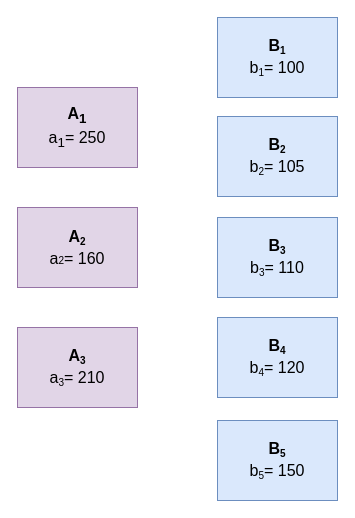
khalidsabih/mathematical_programming keeps this draw.io diagram as Untitled Diagram.drawio. Above is the earlier version. Source tidied: cells renumbered, new cells numbered last; positions are measured from the earlier drawing's top-left corner, leaving out a move shared by most shapes. Both pictures are drawn from the tidied source at 100%, with x=0, y=0 at pixel (17, 17).
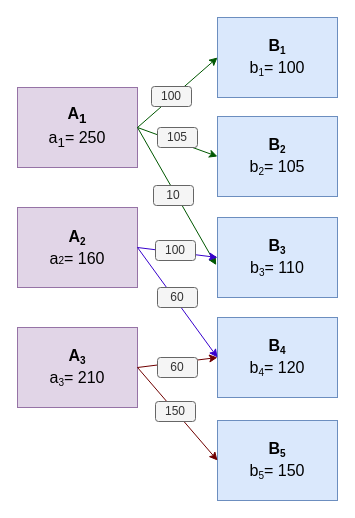
The same diagram, later.

The change refers to these unchanged cells:
```xml
<mxCell id="2" value="&lt;span style=&quot;font-size: 16px&quot;&gt;&lt;b&gt;A&lt;/b&gt;&lt;sub&gt;&lt;b&gt;1&lt;/b&gt;&lt;br&gt;&lt;/sub&gt;a&lt;sub&gt;1&lt;/sub&gt;= 250&lt;br&gt;&lt;/span&gt;" style="rounded=0;whiteSpace=wrap;html=1;fillColor=#e1d5e7;strokeColor=#9673a6;" parent="1" vertex="1">
  <mxGeometry y="70" width="120" height="80" as="geometry" />
</mxCell>
<mxCell id="3" value="&lt;b style=&quot;font-size: 16px&quot;&gt;A&lt;/b&gt;&lt;sub&gt;&lt;b&gt;2&lt;/b&gt;&lt;br&gt;&lt;/sub&gt;&lt;span style=&quot;font-size: 16px&quot;&gt;a&lt;/span&gt;&lt;span style=&quot;font-size: 10px&quot;&gt;2&lt;/span&gt;&lt;span style=&quot;font-size: 16px&quot;&gt;= 160&lt;/span&gt;" style="rounded=0;whiteSpace=wrap;html=1;fillColor=#e1d5e7;strokeColor=#9673a6;" parent="1" vertex="1">
  <mxGeometry y="190" width="120" height="80" as="geometry" />
</mxCell>
<mxCell id="4" value="&lt;b style=&quot;font-size: 16px&quot;&gt;A&lt;/b&gt;&lt;sub&gt;&lt;b&gt;3&lt;/b&gt;&lt;br&gt;&lt;/sub&gt;&lt;span style=&quot;font-size: 16px&quot;&gt;a&lt;/span&gt;&lt;sub&gt;3&lt;/sub&gt;&lt;span style=&quot;font-size: 16px&quot;&gt;= 210&lt;/span&gt;" style="rounded=0;whiteSpace=wrap;html=1;fillColor=#e1d5e7;strokeColor=#9673a6;" parent="1" vertex="1">
  <mxGeometry y="310" width="120" height="80" as="geometry" />
</mxCell>
<mxCell id="5" value="&lt;b style=&quot;font-size: 16px&quot;&gt;B&lt;/b&gt;&lt;sub&gt;&lt;b&gt;1&lt;/b&gt;&lt;br&gt;&lt;/sub&gt;&lt;span style=&quot;font-size: 16px&quot;&gt;b&lt;/span&gt;&lt;sub&gt;1&lt;/sub&gt;&lt;span style=&quot;font-size: 16px&quot;&gt;= 100&lt;/span&gt;" style="rounded=0;whiteSpace=wrap;html=1;fillColor=#dae8fc;strokeColor=#6c8ebf;" parent="1" vertex="1">
  <mxGeometry x="200" width="120" height="80" as="geometry" />
</mxCell>
<mxCell id="6" value="&lt;b style=&quot;font-size: 16px&quot;&gt;B&lt;/b&gt;&lt;sub&gt;&lt;b&gt;2&lt;/b&gt;&lt;br&gt;&lt;/sub&gt;&lt;span style=&quot;font-size: 16px&quot;&gt;b&lt;/span&gt;&lt;sub&gt;2&lt;/sub&gt;&lt;span style=&quot;font-size: 16px&quot;&gt;= 105&lt;/span&gt;" style="rounded=0;whiteSpace=wrap;html=1;fillColor=#dae8fc;strokeColor=#6c8ebf;" parent="1" vertex="1">
  <mxGeometry x="200" y="99" width="120" height="80" as="geometry" />
</mxCell>
<mxCell id="7" value="&lt;b style=&quot;font-size: 16px&quot;&gt;B&lt;/b&gt;&lt;sub&gt;&lt;b&gt;3&lt;/b&gt;&lt;br&gt;&lt;/sub&gt;&lt;span style=&quot;font-size: 16px&quot;&gt;b&lt;/span&gt;&lt;sub&gt;3&lt;/sub&gt;&lt;span style=&quot;font-size: 16px&quot;&gt;= 110&lt;/span&gt;" style="rounded=0;whiteSpace=wrap;html=1;fillColor=#dae8fc;strokeColor=#6c8ebf;" parent="1" vertex="1">
  <mxGeometry x="200" y="200" width="120" height="80" as="geometry" />
</mxCell>
<mxCell id="8" value="&lt;b style=&quot;font-size: 16px&quot;&gt;B&lt;/b&gt;&lt;sub&gt;&lt;b&gt;4&lt;/b&gt;&lt;br&gt;&lt;/sub&gt;&lt;span style=&quot;font-size: 16px&quot;&gt;b&lt;/span&gt;&lt;sub&gt;4&lt;/sub&gt;&lt;span style=&quot;font-size: 16px&quot;&gt;= 120&lt;/span&gt;" style="rounded=0;whiteSpace=wrap;html=1;fillColor=#dae8fc;strokeColor=#6c8ebf;" parent="1" vertex="1">
  <mxGeometry x="200" y="300" width="120" height="80" as="geometry" />
</mxCell>
<mxCell id="9" value="&lt;b style=&quot;font-size: 16px&quot;&gt;B&lt;/b&gt;&lt;sub&gt;&lt;b&gt;5&lt;/b&gt;&lt;br&gt;&lt;/sub&gt;&lt;span style=&quot;font-size: 16px&quot;&gt;b&lt;/span&gt;&lt;sub&gt;5&lt;/sub&gt;&lt;span style=&quot;font-size: 16px&quot;&gt;= 150&lt;/span&gt;" style="rounded=0;whiteSpace=wrap;html=1;fillColor=#dae8fc;strokeColor=#6c8ebf;" parent="1" vertex="1">
  <mxGeometry x="200" y="403" width="120" height="80" as="geometry" />
</mxCell>
```

Change to the diagram source:
```diff
@@
+    <mxCell id="10" style="endArrow=classic;html=1;entryX=0;entryY=0.5;entryDx=0;entryDy=0;fillColor=#008a00;strokeColor=#005700;" parent="1" edge="1" target="5">
+      <mxGeometry relative="1" as="geometry">
+        <mxPoint x="120" y="110" as="sourcePoint" />
+      </mxGeometry>
+    </mxCell>
+    <mxCell id="11" style="endArrow=classic;html=1;exitX=1;exitY=0.5;exitDx=0;exitDy=0;entryX=0;entryY=0.5;entryDx=0;entryDy=0;fillColor=#008a00;strokeColor=#005700;" parent="1" edge="1" source="2" target="6">
+      <mxGeometry relative="1" as="geometry" />
+    </mxCell>
+    <mxCell id="12" style="endArrow=classic;html=1;exitX=1;exitY=0.5;exitDx=0;exitDy=0;entryX=-0.011;entryY=0.595;entryDx=0;entryDy=0;entryPerimeter=0;fillColor=#008a00;strokeColor=#005700;" parent="1" edge="1" source="2" target="7">
+      <mxGeometry relative="1" as="geometry" />
+    </mxCell>
+    <mxCell id="13" value="105" style="rounded=1;whiteSpace=wrap;html=1;fillColor=#f5f5f5;strokeColor=#666666;fontColor=#333333;" parent="1" vertex="1">
+      <mxGeometry x="140" y="110" width="40" height="20" as="geometry" />
+    </mxCell>
+    <mxCell id="14" value="100" style="rounded=1;whiteSpace=wrap;html=1;fillColor=#f5f5f5;strokeColor=#666666;fontColor=#333333;" parent="1" vertex="1">
+      <mxGeometry x="134" y="69" width="40" height="20" as="geometry" />
+    </mxCell>
+    <mxCell id="15" value="10" style="rounded=1;whiteSpace=wrap;html=1;fillColor=#f5f5f5;strokeColor=#666666;fontColor=#333333;" parent="1" vertex="1">
+      <mxGeometry x="136" y="168" width="40" height="20" as="geometry" />
+    </mxCell>
+    <mxCell id="16" style="endArrow=classic;html=1;exitX=1;exitY=0.5;exitDx=0;exitDy=0;entryX=0;entryY=0.5;entryDx=0;entryDy=0;fillColor=#6a00ff;strokeColor=#3700CC;" parent="1" edge="1" source="3" target="7">
+      <mxGeometry relative="1" as="geometry" />
+    </mxCell>
+    <mxCell id="17" style="endArrow=classic;html=1;exitX=1;exitY=0.5;exitDx=0;exitDy=0;entryX=0;entryY=0.5;entryDx=0;entryDy=0;fillColor=#6a00ff;strokeColor=#3700CC;" parent="1" edge="1" source="3" target="8">
+      <mxGeometry relative="1" as="geometry" />
+    </mxCell>
+    <mxCell id="18" value="100" style="rounded=1;whiteSpace=wrap;html=1;fillColor=#f5f5f5;strokeColor=#666666;fontColor=#333333;" parent="1" vertex="1">
+      <mxGeometry x="138" y="223" width="40" height="20" as="geometry" />
+    </mxCell>
+    <mxCell id="19" value="60" style="rounded=1;whiteSpace=wrap;html=1;fillColor=#f5f5f5;strokeColor=#666666;fontColor=#333333;" parent="1" vertex="1">
+      <mxGeometry x="140" y="270" width="40" height="20" as="geometry" />
+    </mxCell>
+    <mxCell id="20" style="endArrow=classic;html=1;entryX=0;entryY=0.5;entryDx=0;entryDy=0;fillColor=#a20025;strokeColor=#6F0000;" parent="1" edge="1" target="8">
+      <mxGeometry relative="1" as="geometry">
+        <mxPoint x="120" y="350" as="sourcePoint" />
+      </mxGeometry>
+    </mxCell>
+    <mxCell id="21" style="endArrow=classic;html=1;exitX=1;exitY=0.5;exitDx=0;exitDy=0;entryX=0;entryY=0.5;entryDx=0;entryDy=0;fillColor=#a20025;strokeColor=#6F0000;" parent="1" edge="1" source="4" target="9">
+      <mxGeometry relative="1" as="geometry" />
+    </mxCell>
+    <mxCell id="22" value="60" style="rounded=1;whiteSpace=wrap;html=1;fillColor=#f5f5f5;strokeColor=#666666;fontColor=#333333;" parent="1" vertex="1">
+      <mxGeometry x="140" y="340" width="40" height="20" as="geometry" />
+    </mxCell>
+    <mxCell id="23" value="150" style="rounded=1;whiteSpace=wrap;html=1;fillColor=#f5f5f5;strokeColor=#666666;fontColor=#333333;" parent="1" vertex="1">
+      <mxGeometry x="138" y="384" width="40" height="20" as="geometry" />
+    </mxCell>
```
